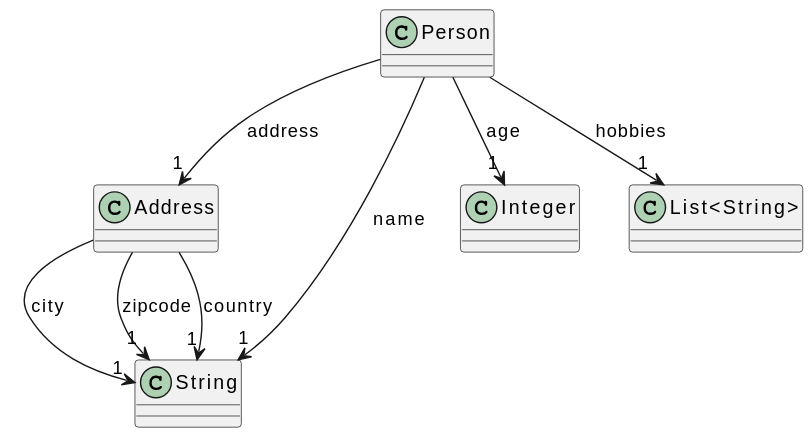
smucclaw/documentation keeps this PlantUML diagram as images/expert-systems-webapp-uml-class-diagram.svg. Above is the earlier version. Its diagram source:
```plantuml
@startuml
Address --> "1" String : city
    Address --> "1" String : zipcode
    Address --> "1" String : country
    Person --> "1" String : name
    Person --> "1" Integer : age
    Person --> "1" "List<String>" : hobbies
    Person --> "1" Address : address
@enduml
```
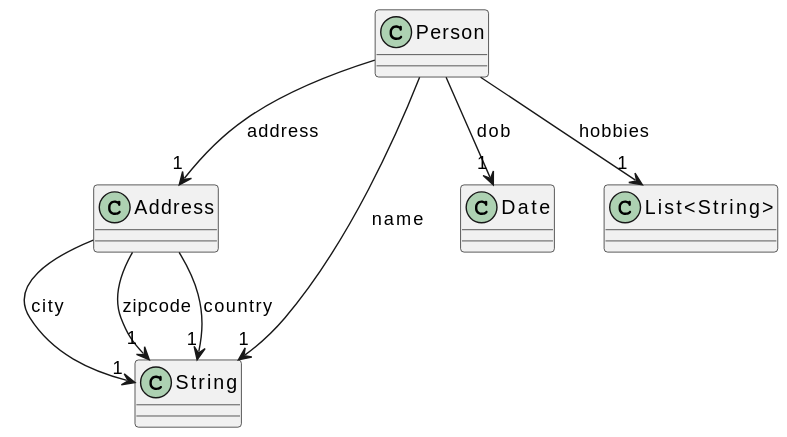
The same file after the commit.

What changed in the source:
```diff
@@ -3,7 +3,7 @@
     Address --> "1" String : zipcode
     Address --> "1" String : country
     Person --> "1" String : name
-    Person --> "1" Integer : age
+    Person --> "1" Date : dob
     Person --> "1" "List<String>" : hobbies
     Person --> "1" Address : address
 @enduml
```
